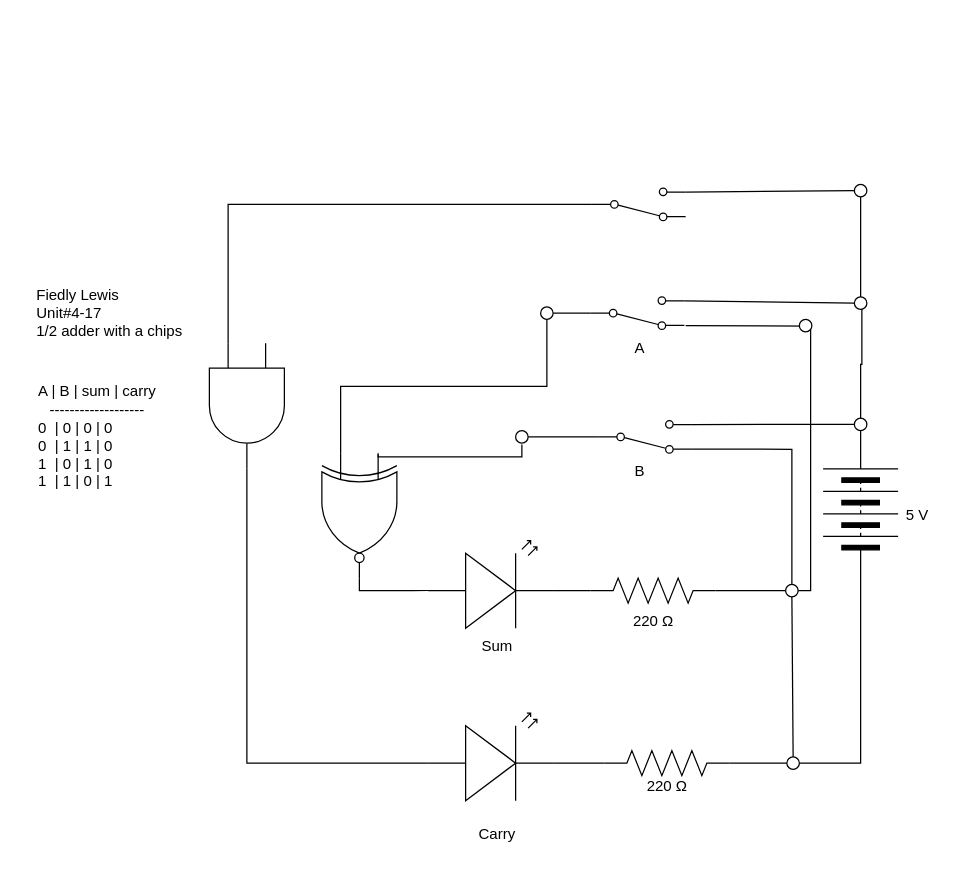
Before: TEJ3M-4-18.drawio in Fiedlyv1/TEJ3M-Unit-4-03, a draw.io diagram. Source tidied: cells renumbered, new cells numbered last; positions are measured from the earlier drawing's top-left corner, leaving out a move shared by most shapes. Both pictures are drawn from the tidied source at 125%, with x=0, y=0 at pixel (21, 184).
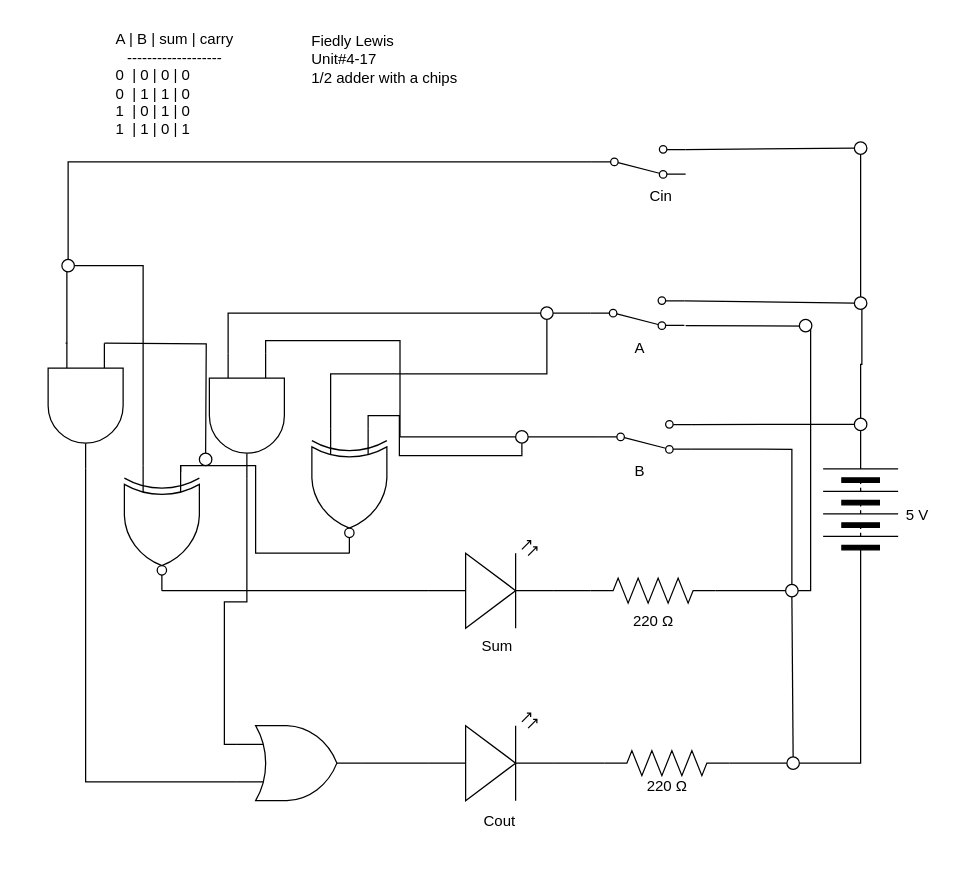
After the change.

The change refers to these unchanged cells:
```xml
<mxCell id="2" style="verticalLabelPosition=bottom;shadow=0;dashed=0;align=center;html=1;verticalAlign=top;shape=mxgraph.electrical.opto_electronics.led_2;" parent="1" vertex="1">
  <mxGeometry x="325" y="423" width="100" height="70" as="geometry" />
</mxCell>
<mxCell id="30" style="verticalLabelPosition=bottom;shadow=0;dashed=0;align=center;html=1;verticalAlign=top;shape=mxgraph.electrical.opto_electronics.led_2;" parent="1" vertex="1">
  <mxGeometry x="325" y="285" width="100" height="70" as="geometry" />
</mxCell>
<mxCell id="39" style="ellipse;whiteSpace=wrap;html=1;strokeColor=#000000;" parent="1" vertex="1">
  <mxGeometry x="395" y="197" width="10" height="10" as="geometry" />
</mxCell>
```

The edit, as a diff of the source:
```diff
@@
     <mxCell id="23" value="Fiedly Lewis&lt;br&gt;Unit#4-17&lt;br&gt;1/2 adder with a chips" style="text;html=1;align=left;verticalAlign=middle;strokeColor=none;fillColor=none;" parent="1" vertex="1">
-      <mxGeometry x="10" y="73" width="140" height="60" as="geometry" />
+      <mxGeometry x="230" y="-130" width="140" height="60" as="geometry" />
     </mxCell>
     <mxCell id="24" value="A | B | sum | carry&lt;br&gt;-------------------&lt;br&gt;&lt;div style=&quot;text-align: left;&quot;&gt;0&amp;nbsp; | 0 | 0 | 0&lt;/div&gt;&lt;div style=&quot;text-align: left;&quot;&gt;0&amp;nbsp; | 1 | 1 | 0&lt;/div&gt;&lt;div style=&quot;text-align: left;&quot;&gt;1&amp;nbsp; | 0 | 1 | 0&lt;/div&gt;&lt;div style=&quot;text-align: left;&quot;&gt;1&amp;nbsp; | 1 | 0 | 1&lt;/div&gt;" style="text;html=1;align=center;verticalAlign=middle;strokeColor=none;fillColor=none;" parent="1" vertex="1">
-      <mxGeometry y="152" width="120" height="100" as="geometry" />
+      <mxGeometry x="62" y="-130" width="120" height="100" as="geometry" />
     </mxCell>
-    <mxCell id="25" style="edgeStyle=orthogonalEdgeStyle;html=1;exitX=1;exitY=0.5;exitDx=0;exitDy=0;exitPerimeter=0;entryX=0;entryY=0.57;entryDx=0;entryDy=0;entryPerimeter=0;endArrow=none;endFill=0;rounded=0;" parent="1" edge="1" source="28" target="30">
-      <mxGeometry relative="1" as="geometry" />
-    </mxCell>
@@
-    <mxCell id="27" style="edgeStyle=orthogonalEdgeStyle;rounded=0;html=1;exitX=0;exitY=0.25;exitDx=0;exitDy=0;exitPerimeter=0;entryX=0.5;entryY=1;entryDx=0;entryDy=0;endArrow=none;endFill=0;" parent="1" edge="1">
-      <mxGeometry relative="1" as="geometry">
-        <mxPoint x="285" y="216" as="sourcePoint" />
-        <mxPoint x="400" y="208" as="targetPoint" />
-        <Array as="points">
-          <mxPoint x="285" y="218" />
-          <mxPoint x="400" y="218" />
-        </Array>
-      </mxGeometry>
-    </mxCell>
+    <mxCell id="50" style="edgeStyle=orthogonalEdgeStyle;rounded=0;html=1;exitX=0;exitY=0.25;exitDx=0;exitDy=0;exitPerimeter=0;entryX=0.5;entryY=1;entryDx=0;entryDy=0;endArrow=none;endFill=0;" parent="1" edge="1" source="28" target="39">
+      <mxGeometry relative="1" as="geometry">
+        <Array as="points">
+          <mxPoint x="277" y="185" />
+          <mxPoint x="302" y="185" />
+          <mxPoint x="302" y="217" />
+          <mxPoint x="400" y="217" />
+        </Array>
+      </mxGeometry>
+    </mxCell>
     <mxCell id="28" style="verticalLabelPosition=bottom;shadow=0;dashed=0;align=center;html=1;verticalAlign=top;shape=mxgraph.electrical.logic_gates.logic_gate;operation=xor;negating=1;negSize=0.15;rotation=90;" parent="1" vertex="1">
-      <mxGeometry x="220" y="235" width="100" height="60" as="geometry" />
+      <mxGeometry x="212" y="215" width="100" height="60" as="geometry" />
     </mxCell>
@@
-    <mxCell id="35" style="edgeStyle=orthogonalEdgeStyle;rounded=0;html=1;exitX=1;exitY=0.5;exitDx=0;exitDy=0;exitPerimeter=0;entryX=0;entryY=0.57;entryDx=0;entryDy=0;entryPerimeter=0;endArrow=none;endFill=0;" parent="1" edge="1" source="37" target="2">
-      <mxGeometry relative="1" as="geometry" />
-    </mxCell>
-    <mxCell id="36" style="edgeStyle=orthogonalEdgeStyle;html=1;exitX=0;exitY=0.75;exitDx=0;exitDy=0;exitPerimeter=0;entryX=0;entryY=0.5;entryDx=0;entryDy=0;endArrow=none;endFill=0;rounded=0;" parent="1" edge="1" source="37" target="44">
-      <mxGeometry relative="1" as="geometry" />
-    </mxCell>
+    <mxCell id="51" style="edgeStyle=orthogonalEdgeStyle;rounded=0;html=1;exitX=0;exitY=0.75;exitDx=0;exitDy=0;exitPerimeter=0;entryX=0.5;entryY=1;entryDx=0;entryDy=0;endArrow=none;endFill=0;" parent="1" edge="1">
+      <mxGeometry relative="1" as="geometry">
+        <mxPoint x="35" y="127" as="sourcePoint" />
+        <mxPoint x="36" y="70" as="targetPoint" />
+        <Array as="points">
+          <mxPoint x="36" y="127" />
+        </Array>
+      </mxGeometry>
+    </mxCell>
+    <mxCell id="52" style="edgeStyle=orthogonalEdgeStyle;rounded=0;html=1;exitX=0;exitY=0.25;exitDx=0;exitDy=0;exitPerimeter=0;entryX=0.5;entryY=0;entryDx=0;entryDy=0;endArrow=none;endFill=0;" parent="1" edge="1">
+      <mxGeometry relative="1" as="geometry">
+        <mxPoint x="66" y="127" as="sourcePoint" />
+        <mxPoint x="147" y="215" as="targetPoint" />
+      </mxGeometry>
+    </mxCell>
     <mxCell id="37" style="verticalLabelPosition=bottom;shadow=0;dashed=0;align=center;html=1;verticalAlign=top;shape=mxgraph.electrical.logic_gates.logic_gate;operation=and;rotation=90;" parent="1" vertex="1">
-      <mxGeometry x="130" y="147" width="100" height="60" as="geometry" />
+      <mxGeometry x="1" y="147" width="100" height="60" as="geometry" />
     </mxCell>
@@
-    <mxCell id="41" value="Carry" style="text;html=1;align=center;verticalAlign=middle;strokeColor=none;fillColor=none;" parent="1" vertex="1">
-      <mxGeometry x="355" y="505" width="50" height="30" as="geometry" />
-    </mxCell>
@@
     <mxCell id="44" style="shape=mxgraph.electrical.electro-mechanical.twoWaySwitch;elSwitchState=2;flipV=1;" parent="1" vertex="1">
-      <mxGeometry x="456" y="3" width="75" height="26" as="geometry" />
+      <mxGeometry x="456" y="-31" width="75" height="26" as="geometry" />
     </mxCell>
@@
     <mxCell id="48" style="ellipse;whiteSpace=wrap;html=1;strokeColor=#000000;direction=south;" parent="1" vertex="1">
-      <mxGeometry x="666" width="10" height="10" as="geometry" />
+      <mxGeometry x="666" y="-34" width="10" height="10" as="geometry" />
     </mxCell>
@@
+    <mxCell id="53" style="edgeStyle=none;html=1;exitX=1;exitY=0.5;exitDx=0;exitDy=0;exitPerimeter=0;entryX=0;entryY=0.57;entryDx=0;entryDy=0;entryPerimeter=0;endArrow=none;endFill=0;rounded=0;" parent="1" edge="1" source="55" target="2">
+      <mxGeometry relative="1" as="geometry" />
+    </mxCell>
+    <mxCell id="54" style="edgeStyle=orthogonalEdgeStyle;rounded=0;html=1;exitX=0;exitY=0.75;exitDx=0;exitDy=0;exitPerimeter=0;entryX=1;entryY=0.5;entryDx=0;entryDy=0;entryPerimeter=0;endArrow=none;endFill=0;" parent="1" edge="1" source="55" target="37">
+      <mxGeometry relative="1" as="geometry" />
+    </mxCell>
+    <mxCell id="55" style="verticalLabelPosition=bottom;shadow=0;dashed=0;align=center;html=1;verticalAlign=top;shape=mxgraph.electrical.logic_gates.logic_gate;operation=or;" parent="1" vertex="1">
+      <mxGeometry x="172" y="433" width="100" height="60" as="geometry" />
+    </mxCell>
+    <mxCell id="56" style="edgeStyle=orthogonalEdgeStyle;rounded=0;html=1;exitX=1;exitY=0.5;exitDx=0;exitDy=0;exitPerimeter=0;entryX=0;entryY=0.25;entryDx=0;entryDy=0;entryPerimeter=0;endArrow=none;endFill=0;" parent="1" edge="1" source="59" target="55">
+      <mxGeometry relative="1" as="geometry" />
+    </mxCell>
+    <mxCell id="57" style="edgeStyle=orthogonalEdgeStyle;rounded=0;html=1;exitX=0;exitY=0.75;exitDx=0;exitDy=0;exitPerimeter=0;entryX=0;entryY=0.5;entryDx=0;entryDy=0;endArrow=none;endFill=0;" parent="1" edge="1">
+      <mxGeometry relative="1" as="geometry">
+        <mxPoint x="165" y="135" as="sourcePoint" />
+        <mxPoint x="415" y="103" as="targetPoint" />
+        <Array as="points">
+          <mxPoint x="165" y="103" />
+        </Array>
+      </mxGeometry>
+    </mxCell>
+    <mxCell id="58" style="edgeStyle=orthogonalEdgeStyle;rounded=0;html=1;exitX=0;exitY=0.25;exitDx=0;exitDy=0;exitPerimeter=0;entryX=0;entryY=0.5;entryDx=0;entryDy=0;endArrow=none;endFill=0;" parent="1" edge="1" source="59" target="39">
+      <mxGeometry relative="1" as="geometry" />
+    </mxCell>
+    <mxCell id="59" style="verticalLabelPosition=bottom;shadow=0;dashed=0;align=center;html=1;verticalAlign=top;shape=mxgraph.electrical.logic_gates.logic_gate;operation=and;rotation=90;" parent="1" vertex="1">
+      <mxGeometry x="130" y="155" width="100" height="60" as="geometry" />
+    </mxCell>
+    <mxCell id="60" style="edgeStyle=orthogonalEdgeStyle;rounded=0;html=1;exitX=0;exitY=0.75;exitDx=0;exitDy=0;exitPerimeter=0;entryX=1;entryY=0.5;entryDx=0;entryDy=0;endArrow=none;endFill=0;" parent="1" edge="1" source="63" target="65">
+      <mxGeometry relative="1" as="geometry" />
+    </mxCell>
+    <mxCell id="61" style="edgeStyle=orthogonalEdgeStyle;rounded=0;html=1;exitX=1;exitY=0.5;exitDx=0;exitDy=0;exitPerimeter=0;entryX=0;entryY=0.57;entryDx=0;entryDy=0;entryPerimeter=0;endArrow=none;endFill=0;" parent="1" edge="1" source="63" target="30">
+      <mxGeometry relative="1" as="geometry">
+        <Array as="points">
+          <mxPoint x="172" y="325" />
+          <mxPoint x="172" y="325" />
+        </Array>
+      </mxGeometry>
+    </mxCell>
+    <mxCell id="62" style="edgeStyle=orthogonalEdgeStyle;rounded=0;html=1;exitX=0;exitY=0.25;exitDx=0;exitDy=0;exitPerimeter=0;entryX=1;entryY=0.5;entryDx=0;entryDy=0;entryPerimeter=0;endArrow=none;endFill=0;" parent="1" edge="1">
+      <mxGeometry relative="1" as="geometry">
+        <mxPoint x="127" y="230" as="sourcePoint" />
+        <mxPoint x="262" y="295" as="targetPoint" />
+        <Array as="points">
+          <mxPoint x="127" y="225" />
+          <mxPoint x="187" y="225" />
+          <mxPoint x="187" y="295" />
+          <mxPoint x="262" y="295" />
+        </Array>
+      </mxGeometry>
+    </mxCell>
+    <mxCell id="63" style="verticalLabelPosition=bottom;shadow=0;dashed=0;align=center;html=1;verticalAlign=top;shape=mxgraph.electrical.logic_gates.logic_gate;operation=xor;negating=1;negSize=0.15;rotation=90;" parent="1" vertex="1">
+      <mxGeometry x="62" y="245" width="100" height="60" as="geometry" />
+    </mxCell>
+    <mxCell id="64" style="edgeStyle=orthogonalEdgeStyle;rounded=0;html=1;exitX=0.5;exitY=0;exitDx=0;exitDy=0;entryX=0;entryY=0.5;entryDx=0;entryDy=0;endArrow=none;endFill=0;" parent="1" edge="1" source="65" target="44">
+      <mxGeometry relative="1" as="geometry" />
+    </mxCell>
+    <mxCell id="65" style="ellipse;whiteSpace=wrap;html=1;strokeColor=#000000;" parent="1" vertex="1">
+      <mxGeometry x="32" y="60" width="10" height="10" as="geometry" />
+    </mxCell>
+    <mxCell id="66" style="ellipse;whiteSpace=wrap;html=1;strokeColor=#000000;" parent="1" vertex="1">
+      <mxGeometry x="142" y="215" width="10" height="10" as="geometry" />
+    </mxCell>
+    <mxCell id="67" value="Cin" style="text;html=1;align=center;verticalAlign=middle;strokeColor=none;fillColor=none;" parent="1" vertex="1">
+      <mxGeometry x="491" y="-5" width="40" height="30" as="geometry" />
+    </mxCell>
+    <mxCell id="68" value="Cout" style="text;html=1;align=center;verticalAlign=middle;strokeColor=none;fillColor=none;" parent="1" vertex="1">
+      <mxGeometry x="357" y="495" width="50" height="30" as="geometry" />
+    </mxCell>
```
